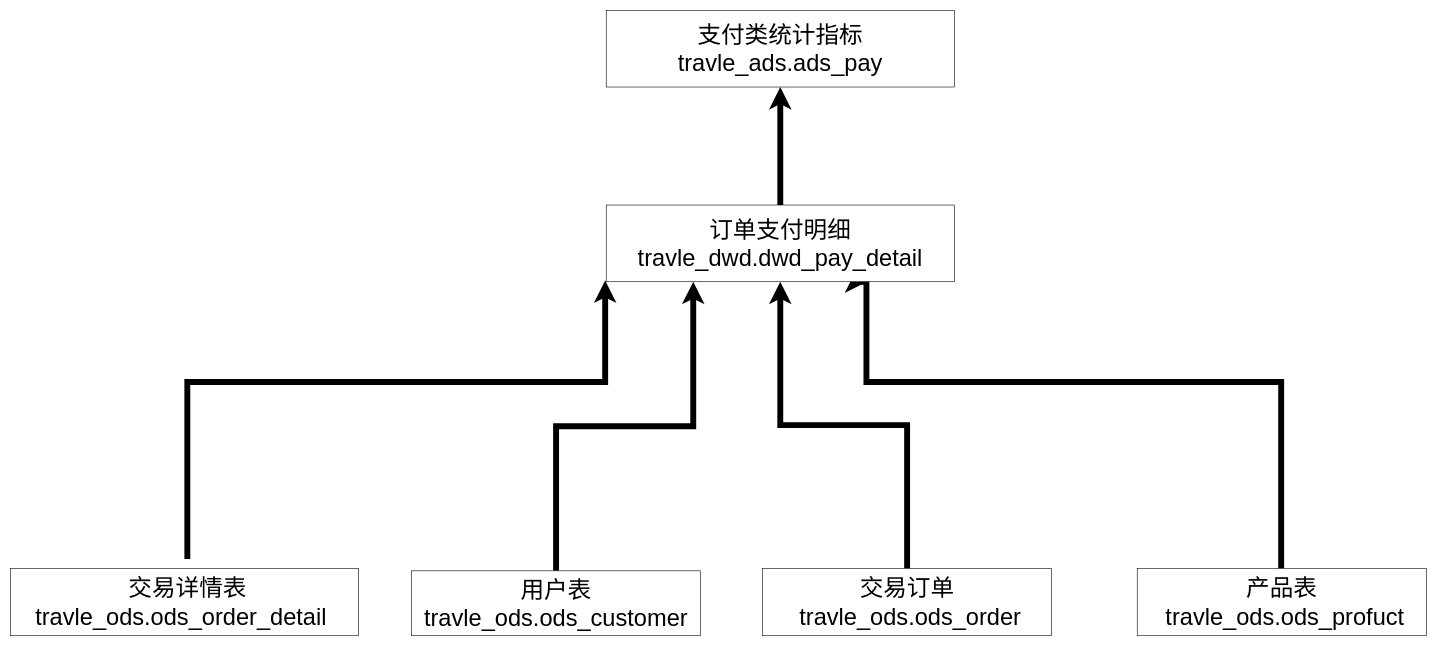
Superoh/test keeps this draw.io diagram as 携程.drawio. Above is the earlier version. Source tidied: cells renumbered, new cells numbered last; positions are measured from the earlier drawing's top-left corner, leaving out a move shared by most shapes. Both pictures are drawn from the tidied source at 59%, with x=0, y=0 at pixel (10, 10).
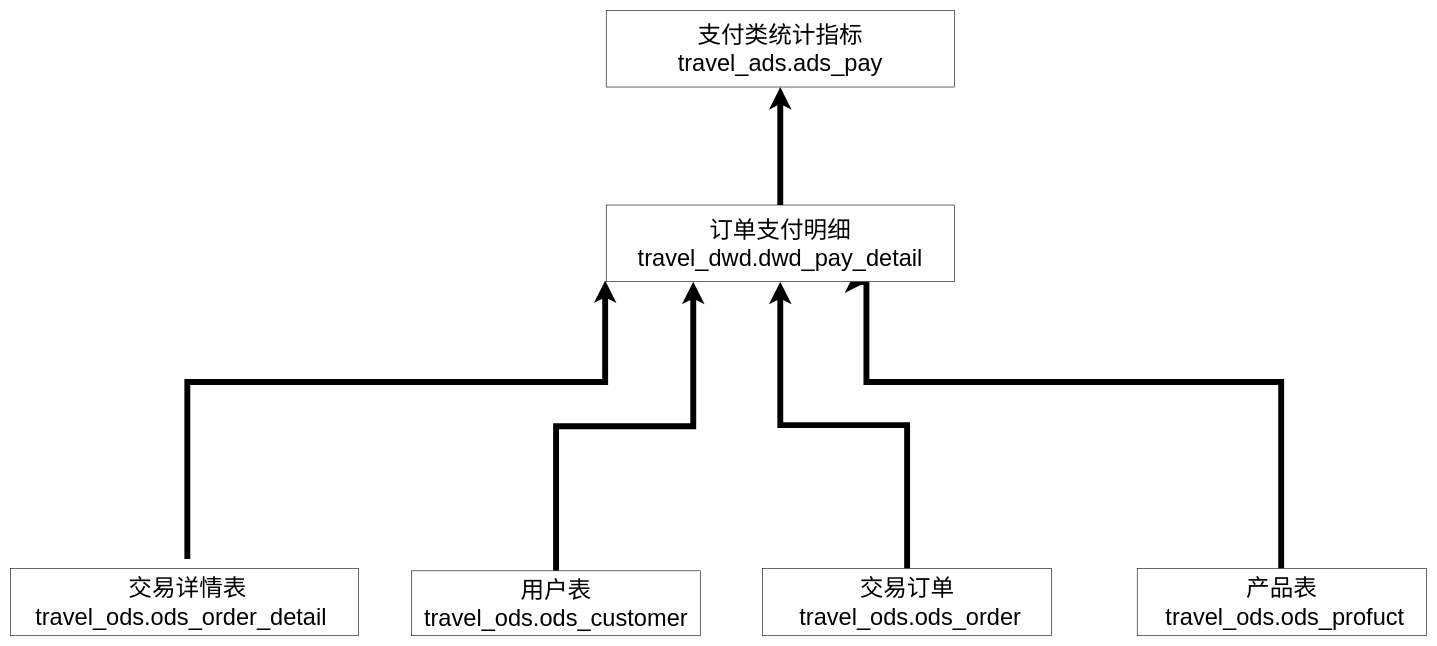
After the change.

Diff of the diagram source:
```diff
@@
 <mxGraphModel>
   <root>
     <mxCell id="0" />
     <mxCell id="1" parent="0" />
     <mxCell id="2" style="edgeStyle=orthogonalEdgeStyle;rounded=0;jettySize=auto;html=1;entryX=-0.003;entryY=0.983;entryDx=0;entryDy=0;entryPerimeter=0;strokeWidth=10;" parent="1" edge="1" target="11">
       <mxGeometry relative="1" as="geometry">
         <mxPoint x="300" y="930" as="sourcePoint" />
         <Array as="points">
           <mxPoint x="300" y="630" />
           <mxPoint x="1008" y="630" />
         </Array>
       </mxGeometry>
     </mxCell>
-    <mxCell id="3" value="&lt;div&gt;&lt;font style=&quot;font-size: 40px&quot;&gt;&amp;nbsp;交易详情表&lt;/font&gt;&lt;/div&gt;&lt;div&gt;&lt;font style=&quot;font-size: 40px&quot;&gt;travle_ods.ods_order_detail&amp;nbsp;&lt;/font&gt;&lt;/div&gt;" style="rounded=0;whiteSpace=wrap;html=1;" parent="1" vertex="1">
+    <mxCell id="3" value="&lt;div&gt;&lt;font style=&quot;font-size: 40px&quot;&gt;&amp;nbsp;交易详情表&lt;/font&gt;&lt;/div&gt;&lt;div&gt;&lt;font style=&quot;font-size: 40px&quot;&gt;travel_ods.ods_order_detail&amp;nbsp;&lt;/font&gt;&lt;/div&gt;" style="rounded=0;whiteSpace=wrap;html=1;" parent="1" vertex="1">
       <mxGeometry y="946" width="590" height="114" as="geometry" />
     </mxCell>
     <mxCell id="4" style="edgeStyle=orthogonalEdgeStyle;rounded=0;jettySize=auto;html=1;entryX=0.25;entryY=1;entryDx=0;entryDy=0;strokeWidth=10;" parent="1" edge="1" source="5" target="11">
       <mxGeometry relative="1" as="geometry" />
     </mxCell>
-    <mxCell id="5" value="&lt;div&gt;&lt;font style=&quot;font-size: 40px&quot;&gt;用户表&lt;/font&gt;&lt;/div&gt;&lt;div&gt;&lt;font style=&quot;font-size: 40px&quot;&gt;&amp;nbsp;travle_ods.ods_customer&amp;nbsp;&lt;/font&gt;&lt;/div&gt;" style="rounded=0;whiteSpace=wrap;html=1;" parent="1" vertex="1">
+    <mxCell id="5" value="&lt;div&gt;&lt;font style=&quot;font-size: 40px&quot;&gt;用户表&lt;/font&gt;&lt;/div&gt;&lt;div&gt;&lt;font style=&quot;font-size: 40px&quot;&gt;&amp;nbsp;travel_ods.ods_customer&amp;nbsp;&lt;/font&gt;&lt;/div&gt;" style="rounded=0;whiteSpace=wrap;html=1;" parent="1" vertex="1">
       <mxGeometry x="680" y="950" width="490" height="110" as="geometry" />
     </mxCell>
     <mxCell id="6" style="edgeStyle=orthogonalEdgeStyle;rounded=0;jettySize=auto;html=1;entryX=0.75;entryY=1;entryDx=0;entryDy=0;strokeWidth=10;" parent="1" edge="1" source="7" target="11">
       <mxGeometry relative="1" as="geometry">
         <Array as="points">
           <mxPoint x="2154" y="630" />
           <mxPoint x="1451" y="630" />
         </Array>
       </mxGeometry>
     </mxCell>
-    <mxCell id="7" value="&lt;div&gt;&lt;font style=&quot;font-size: 40px&quot;&gt;产品表&lt;/font&gt;&lt;/div&gt;&lt;div&gt;&lt;font style=&quot;font-size: 40px&quot;&gt;&amp;nbsp;travle_ods.ods_profuct&lt;/font&gt;&lt;/div&gt;" style="rounded=0;whiteSpace=wrap;html=1;" parent="1" vertex="1">
+    <mxCell id="7" value="&lt;div&gt;&lt;font style=&quot;font-size: 40px&quot;&gt;产品表&lt;/font&gt;&lt;/div&gt;&lt;div&gt;&lt;font style=&quot;font-size: 40px&quot;&gt;&amp;nbsp;travel_ods.ods_profuct&lt;/font&gt;&lt;/div&gt;" style="rounded=0;whiteSpace=wrap;html=1;" parent="1" vertex="1">
       <mxGeometry x="1910" y="946" width="490" height="114" as="geometry" />
     </mxCell>
     <mxCell id="8" style="edgeStyle=orthogonalEdgeStyle;rounded=0;jettySize=auto;html=1;strokeWidth=10;" parent="1" edge="1" source="9" target="11">
       <mxGeometry relative="1" as="geometry" />
     </mxCell>
-    <mxCell id="9" value="&lt;div&gt;&lt;font style=&quot;font-size: 40px&quot;&gt;交易订单&lt;/font&gt;&lt;/div&gt;&lt;div&gt;&lt;font style=&quot;font-size: 40px&quot;&gt;&amp;nbsp;travle_ods.ods_order&lt;/font&gt;&lt;/div&gt;" style="rounded=0;whiteSpace=wrap;html=1;" parent="1" vertex="1">
+    <mxCell id="9" value="&lt;div&gt;&lt;font style=&quot;font-size: 40px&quot;&gt;交易订单&lt;/font&gt;&lt;/div&gt;&lt;div&gt;&lt;font style=&quot;font-size: 40px&quot;&gt;&amp;nbsp;travel_ods.ods_order&lt;/font&gt;&lt;/div&gt;" style="rounded=0;whiteSpace=wrap;html=1;" parent="1" vertex="1">
       <mxGeometry x="1275" y="946" width="490" height="114" as="geometry" />
     </mxCell>
     <mxCell id="10" style="edgeStyle=orthogonalEdgeStyle;rounded=0;jettySize=auto;html=1;entryX=0.5;entryY=1;entryDx=0;entryDy=0;strokeWidth=10;" parent="1" edge="1" source="11" target="12">
       <mxGeometry relative="1" as="geometry" />
     </mxCell>
-    <mxCell id="11" value="&lt;font style=&quot;font-size: 40px&quot;&gt;订单支付明细&lt;br&gt;travle_dwd.dwd_pay_detail&lt;/font&gt;" style="rounded=0;whiteSpace=wrap;html=1;" parent="1" vertex="1">
+    <mxCell id="11" value="&lt;font style=&quot;font-size: 40px&quot;&gt;订单支付明细&lt;br&gt;travel_dwd.dwd_pay_detail&lt;/font&gt;" style="rounded=0;whiteSpace=wrap;html=1;" parent="1" vertex="1">
       <mxGeometry x="1010" y="330" width="590" height="130" as="geometry" />
     </mxCell>
-    <mxCell id="12" value="&lt;font style=&quot;font-size: 40px&quot;&gt;支付类统计指标&lt;br&gt;travle_ads.ads_pay&lt;/font&gt;" style="rounded=0;whiteSpace=wrap;html=1;" parent="1" vertex="1">
+    <mxCell id="12" value="&lt;font style=&quot;font-size: 40px&quot;&gt;支付类统计指标&lt;br&gt;travel_ads.ads_pay&lt;/font&gt;" style="rounded=0;whiteSpace=wrap;html=1;" parent="1" vertex="1">
       <mxGeometry x="1010" width="590" height="130" as="geometry" />
     </mxCell>
   </root>
 </mxGraphModel>
```
